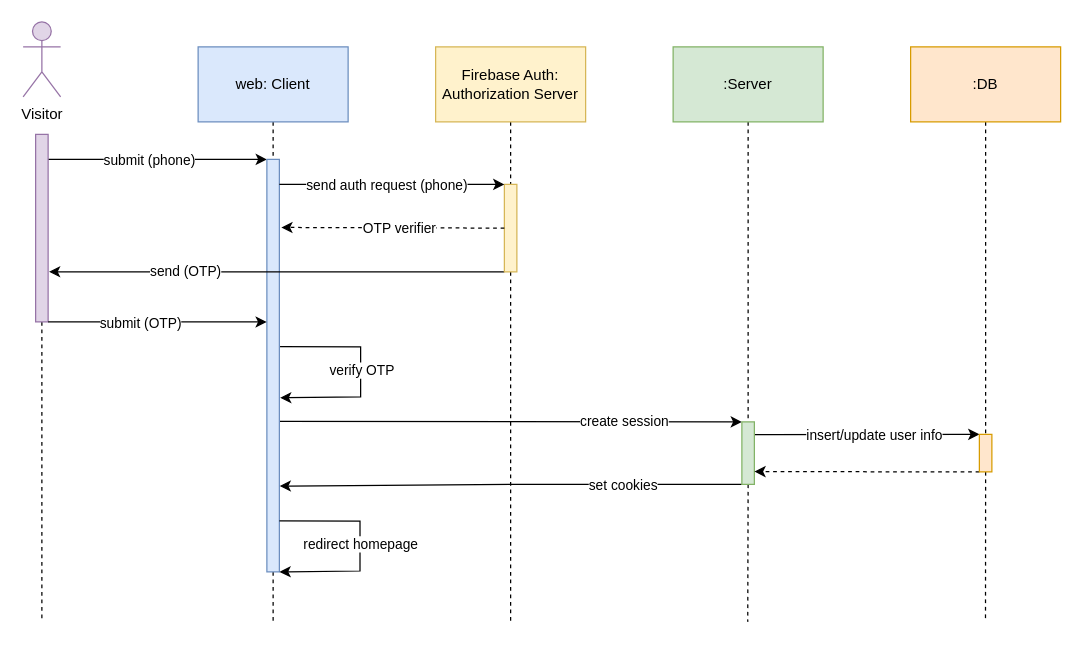
The draw.io diagram page "Visitor Authorize Sequence" (3 of 9) of docs/design.drawio in censodev/aptech_prj600, before the edit. Source tidied: cells renumbered, new cells numbered last; positions are measured from the earlier drawing's top-left corner, leaving out a move shared by most shapes. Both pictures are drawn from the tidied source at 125%, with x=0, y=0 at pixel (22, 21).
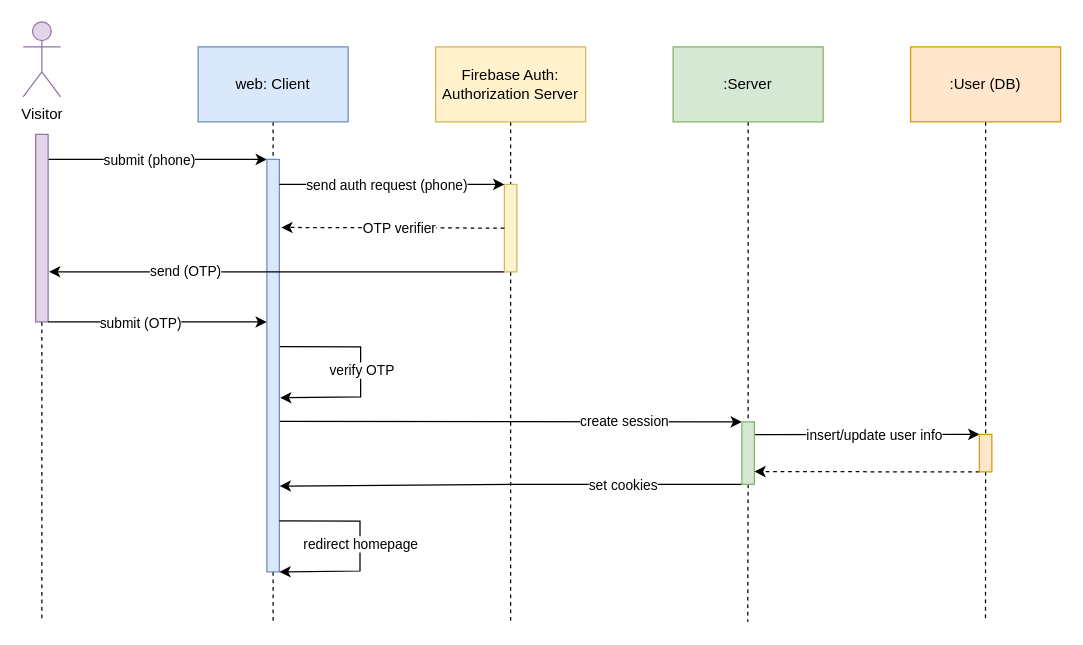
Above is the later version.

The edit, as a diff of the source:
```diff
@@
-    <mxCell id="38" value=":DB" style="rounded=0;whiteSpace=wrap;html=1;fillColor=#ffe6cc;strokeColor=#d79b00;" parent="1" vertex="1">
+    <mxCell id="38" value=":User (DB)" style="rounded=0;whiteSpace=wrap;html=1;fillColor=#ffe6cc;strokeColor=#d79b00;" parent="1" vertex="1">
       <mxGeometry x="710" y="20" width="120" height="60" as="geometry" />
     </mxCell>
```
